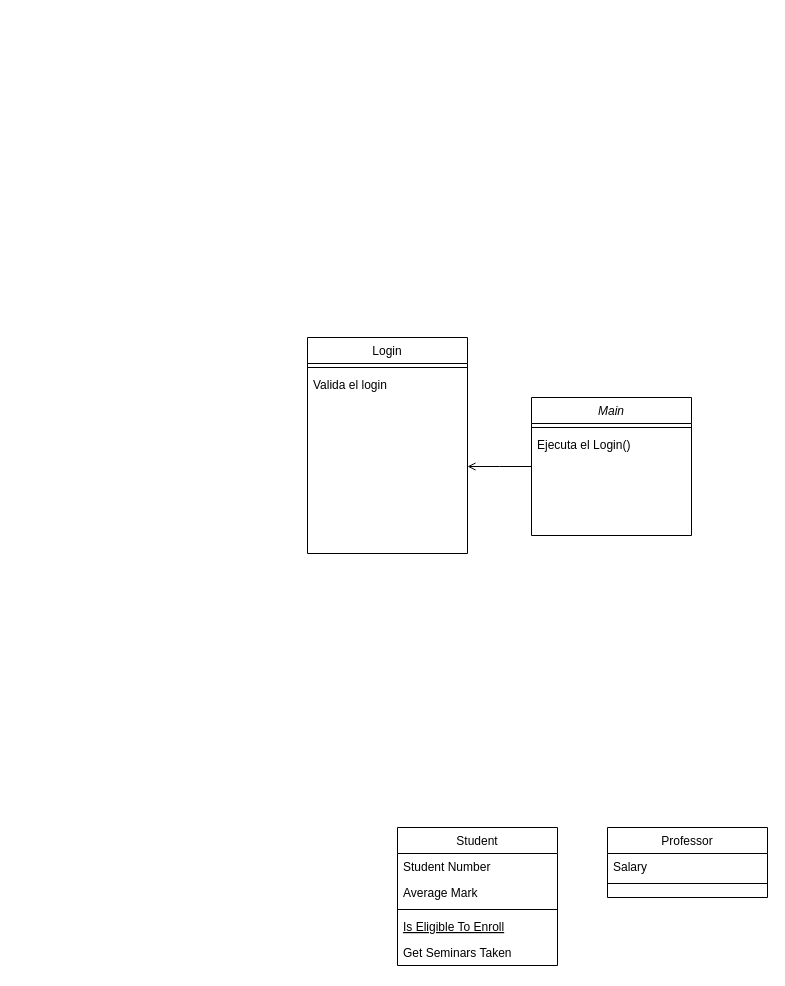
This is Diagrama sin título.drawio from anerlekue/DeustoBooky, a draw.io file, before an edit. Source tidied: cells renumbered, new cells numbered last; positions are measured from the earlier drawing's top-left corner, leaving out a move shared by most shapes. Both pictures are drawn from the tidied source at 100%, with x=0, y=0 at pixel (307, 337).
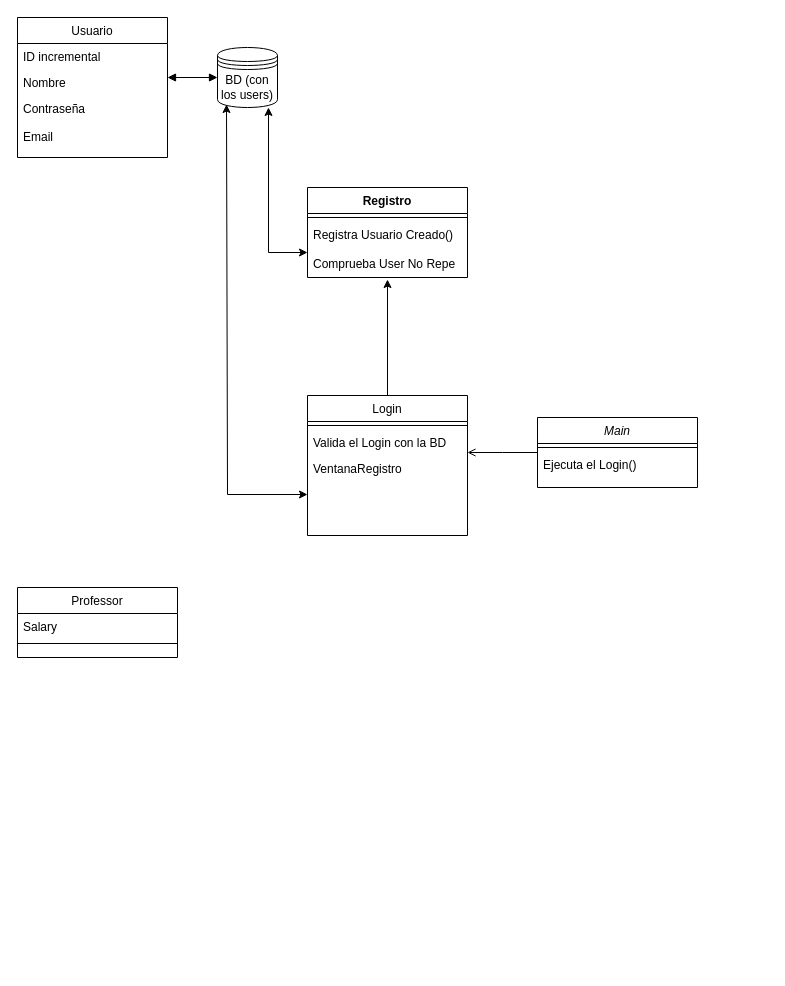
The same page after the edit.

The edit, as a diff of the source:
```diff
@@
     <mxCell id="2" value="Main&#10;" style="swimlane;fontStyle=2;align=center;verticalAlign=top;horizontal=1;startSize=26;rounded=0;shadow=0;strokeWidth=1;" parent="1" vertex="1">
-      <mxGeometry x="224" y="60" width="160" height="138" as="geometry" />
+      <mxGeometry x="230" y="80" width="160" height="70" as="geometry" />
     </mxCell>
@@
-    <mxCell id="5" value="Student" style="swimlane;fontStyle=0;align=center;verticalAlign=top;horizontal=1;startSize=26;rounded=0;shadow=0;strokeWidth=1;" parent="1" vertex="1">
-      <mxGeometry x="90" y="490" width="160" height="138" as="geometry" />
+    <mxCell id="5" value="Usuario" style="swimlane;fontStyle=0;align=center;verticalAlign=top;horizontal=1;startSize=26;rounded=0;shadow=0;strokeWidth=1;" parent="1" vertex="1">
+      <mxGeometry x="-290" y="-320" width="150" height="140" as="geometry" />
     </mxCell>
+    <mxCell id="22" value="ID incremental&amp;nbsp;" style="text;strokeColor=none;fillColor=none;align=left;verticalAlign=top;spacingLeft=4;spacingRight=4;overflow=hidden;whiteSpace=wrap;html=1;" parent="5" vertex="1">
+      <mxGeometry y="26" width="150" height="26" as="geometry" />
+    </mxCell>
-    <mxCell id="6" value="Student Number" style="text;align=left;verticalAlign=top;spacingLeft=4;spacingRight=4;overflow=hidden;" parent="5" vertex="1">
-      <mxGeometry y="26" width="160" height="26" as="geometry" />
+    <mxCell id="6" value="Nombre&#10;" style="text;align=left;verticalAlign=top;spacingLeft=4;spacingRight=4;overflow=hidden;" parent="5" vertex="1">
+      <mxGeometry y="52" width="150" height="26" as="geometry" />
     </mxCell>
-    <mxCell id="7" value="Average Mark" style="text;align=left;verticalAlign=top;spacingLeft=4;spacingRight=4;overflow=hidden;rounded=0;shadow=0;html=0;" parent="5" vertex="1">
-      <mxGeometry y="52" width="160" height="26" as="geometry" />
+    <mxCell id="7" value="Contraseña&#10;" style="text;align=left;verticalAlign=top;spacingLeft=4;spacingRight=4;overflow=hidden;rounded=0;shadow=0;html=0;" parent="5" vertex="1">
+      <mxGeometry y="78" width="150" height="28" as="geometry" />
     </mxCell>
-    <mxCell id="8" style="line;html=1;strokeWidth=1;align=left;verticalAlign=middle;spacingTop=-1;spacingLeft=3;spacingRight=3;labelPosition=right;" parent="5" vertex="1">
-      <mxGeometry y="78" width="160" height="8" as="geometry" />
-    </mxCell>
-    <mxCell id="9" value="Is Eligible To Enroll" style="text;align=left;verticalAlign=top;spacingLeft=4;spacingRight=4;overflow=hidden;fontStyle=4;" parent="5" vertex="1">
-      <mxGeometry y="86" width="160" height="26" as="geometry" />
-    </mxCell>
-    <mxCell id="10" value="Get Seminars Taken" style="text;align=left;verticalAlign=top;spacingLeft=4;spacingRight=4;overflow=hidden;" parent="5" vertex="1">
-      <mxGeometry y="112" width="160" height="26" as="geometry" />
-    </mxCell>
+    <mxCell id="23" value="Email&lt;br&gt;" style="text;strokeColor=none;fillColor=none;align=left;verticalAlign=top;spacingLeft=4;spacingRight=4;overflow=hidden;whiteSpace=wrap;html=1;" parent="5" vertex="1">
+      <mxGeometry y="106" width="150" height="26" as="geometry" />
+    </mxCell>
     <mxCell id="11" value="Professor" style="swimlane;fontStyle=0;align=center;verticalAlign=top;horizontal=1;startSize=26;rounded=0;shadow=0;strokeWidth=1;" parent="1" vertex="1">
-      <mxGeometry x="300" y="490" width="160" height="70" as="geometry" />
+      <mxGeometry x="-290" y="250" width="160" height="70" as="geometry" />
     </mxCell>
@@
     <mxCell id="14" value="Login" style="swimlane;fontStyle=0;align=center;verticalAlign=top;horizontal=1;startSize=26;rounded=0;shadow=0;strokeWidth=1;" parent="1" vertex="1">
-      <mxGeometry width="160" height="216" as="geometry" />
+      <mxGeometry y="58" width="160" height="140" as="geometry" />
     </mxCell>
@@
-    <mxCell id="16" value="Valida el login " style="text;align=left;verticalAlign=top;spacingLeft=4;spacingRight=4;overflow=hidden;" parent="14" vertex="1">
+    <mxCell id="16" value="Valida el Login con la BD " style="text;align=left;verticalAlign=top;spacingLeft=4;spacingRight=4;overflow=hidden;" parent="14" vertex="1">
       <mxGeometry y="34" width="160" height="26" as="geometry" />
     </mxCell>
+    <mxCell id="18" value="VentanaRegistro&#10;" style="text;align=left;verticalAlign=top;spacingLeft=4;spacingRight=4;overflow=hidden;" parent="14" vertex="1">
+      <mxGeometry y="60" width="160" height="26" as="geometry" />
+    </mxCell>
     <mxCell id="17" style="text;align=left;verticalAlign=top;spacingLeft=4;spacingRight=4;overflow=hidden;points=[[0,0.5],[1,0.5]];portConstraint=eastwest;" parent="14" vertex="1">
-      <mxGeometry y="60" width="160" height="26" as="geometry" />
+      <mxGeometry y="86" width="160" height="26" as="geometry" />
     </mxCell>
-    <mxCell id="18" style="text;align=left;verticalAlign=top;spacingLeft=4;spacingRight=4;overflow=hidden;" parent="14" vertex="1">
-      <mxGeometry y="86" width="160" height="26" as="geometry" />
-    </mxCell>
@@
+    <mxCell id="24" value="Registro" style="swimlane;fontStyle=1;align=center;verticalAlign=top;horizontal=1;startSize=26;whiteSpace=wrap;html=1;" parent="1" vertex="1">
+      <mxGeometry y="-150" width="160" height="90" as="geometry" />
+    </mxCell>
+    <mxCell id="25" style="line;strokeWidth=1;fillColor=none;align=left;verticalAlign=middle;spacingTop=-1;spacingLeft=3;spacingRight=3;labelPosition=right;strokeColor=inherit;" parent="24" vertex="1">
+      <mxGeometry y="26" width="160" height="8" as="geometry" />
+    </mxCell>
+    <mxCell id="26" value="Registra Usuario Creado()&lt;br&gt;&lt;br&gt;Comprueba User No Repe" style="text;strokeColor=none;fillColor=none;align=left;verticalAlign=top;spacingLeft=4;spacingRight=4;overflow=hidden;points=[[0,0.5],[1,0.5]];portConstraint=eastwest;whiteSpace=wrap;html=1;" parent="24" vertex="1">
+      <mxGeometry y="34" width="160" height="56" as="geometry" />
+    </mxCell>
+    <mxCell id="27" style="endArrow=classic;html=1;rounded=0;exitX=0.5;exitY=0;exitDx=0;exitDy=0;entryX=0.5;entryY=1.036;entryDx=0;entryDy=0;entryPerimeter=0;" parent="1" edge="1" source="14" target="26">
+      <mxGeometry relative="1" as="geometry" />
+    </mxCell>
+    <mxCell id="28" value="BD (con los users)" style="shape=datastore;whiteSpace=wrap;html=1;" parent="1" vertex="1">
+      <mxGeometry x="-90" y="-290" width="60" height="60" as="geometry" />
+    </mxCell>
+    <mxCell id="29" style="endArrow=classic;startArrow=classic;html=1;rounded=0;entryX=0.85;entryY=0.95;entryDx=0;entryDy=0;entryPerimeter=0;exitX=0;exitY=0.5;exitDx=0;exitDy=0;" parent="1" edge="1">
+      <mxGeometry relative="1" as="geometry">
+        <mxPoint y="-85" as="sourcePoint" />
+        <mxPoint x="-39" y="-230" as="targetPoint" />
+        <Array as="points">
+          <mxPoint x="-39" y="-85" />
+        </Array>
+      </mxGeometry>
+    </mxCell>
+    <mxCell id="30" style="endArrow=classic;startArrow=classic;html=1;rounded=0;entryX=0.15;entryY=0.95;entryDx=0;entryDy=0;entryPerimeter=0;exitX=0;exitY=0.5;exitDx=0;exitDy=0;" parent="1" edge="1" source="17" target="28">
+      <mxGeometry relative="1" as="geometry">
+        <Array as="points">
+          <mxPoint x="-80" y="157" />
+        </Array>
+      </mxGeometry>
+    </mxCell>
+    <mxCell id="31" style="endArrow=block;startArrow=block;endFill=1;startFill=1;html=1;rounded=0;" parent="1" edge="1">
+      <mxGeometry relative="1" as="geometry">
+        <mxPoint x="-140" y="-260" as="sourcePoint" />
+        <mxPoint x="-90" y="-260" as="targetPoint" />
+      </mxGeometry>
+    </mxCell>
```
